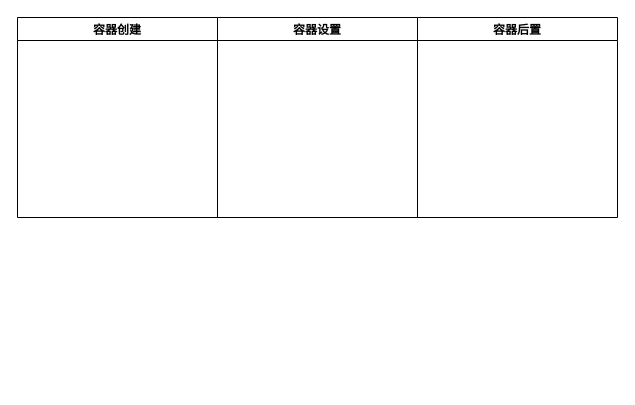
Earlier version of the draw.io diagram images/a-diagrams/SpringBoot.drawio (wt1814/wt1814.github.io). Source tidied: cells renumbered, new cells numbered last; positions are measured from the earlier drawing's top-left corner, leaving out a move shared by most shapes. Both pictures are drawn from the tidied source at 100%, with x=0, y=0 at pixel (17, 17).
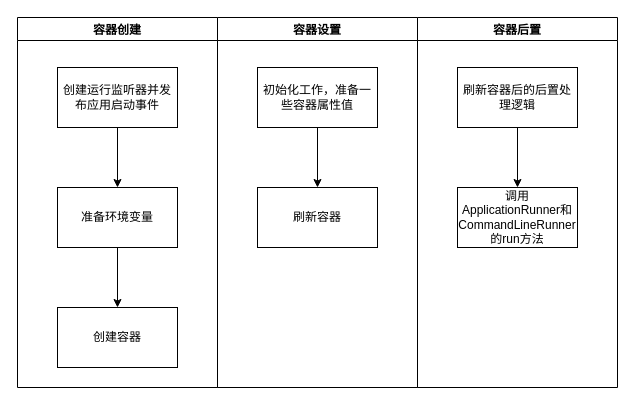
After the change.

Change to the diagram source:
```diff
@@
 <mxGraphModel>
   <root>
     <mxCell id="0" />
     <mxCell id="1" parent="0" />
     <mxCell id="2" value="容器创建" style="swimlane;" parent="1" vertex="1">
-      <mxGeometry width="200" height="200" as="geometry" />
+      <mxGeometry width="200" height="370" as="geometry" />
     </mxCell>
+    <mxCell id="5" value="创建运行监听器并发布应用启动事件" style="rounded=0;whiteSpace=wrap;html=1;" parent="2" vertex="1">
+      <mxGeometry x="40" y="50" width="120" height="60" as="geometry" />
+    </mxCell>
+    <mxCell id="6" value="创建容器" style="whiteSpace=wrap;html=1;rounded=0;" parent="2" vertex="1">
+      <mxGeometry x="40" y="290" width="120" height="60" as="geometry" />
+    </mxCell>
+    <mxCell id="7" value="准备环境变量" style="whiteSpace=wrap;html=1;rounded=0;" parent="2" vertex="1">
+      <mxGeometry x="40" y="170" width="120" height="60" as="geometry" />
+    </mxCell>
+    <mxCell id="8" style="edgeStyle=orthogonalEdgeStyle;rounded=0;jettySize=auto;html=1;" parent="2" edge="1" source="5" target="7">
+      <mxGeometry relative="1" as="geometry" />
+    </mxCell>
+    <mxCell id="9" style="edgeStyle=orthogonalEdgeStyle;rounded=0;jettySize=auto;html=1;" parent="2" edge="1" source="7" target="6">
+      <mxGeometry relative="1" as="geometry" />
+    </mxCell>
     <mxCell id="3" value="容器设置" style="swimlane;startSize=23;" parent="1" vertex="1">
-      <mxGeometry x="200" width="200" height="200" as="geometry" />
+      <mxGeometry x="200" width="200" height="370" as="geometry" />
     </mxCell>
+    <mxCell id="10" style="edgeStyle=orthogonalEdgeStyle;rounded=0;jettySize=auto;html=1;" parent="3" edge="1" source="11" target="12">
+      <mxGeometry relative="1" as="geometry" />
+    </mxCell>
+    <mxCell id="11" value="初始化工作，准备一些容器属性值" style="rounded=0;whiteSpace=wrap;html=1;" parent="3" vertex="1">
+      <mxGeometry x="40" y="50" width="120" height="60" as="geometry" />
+    </mxCell>
+    <mxCell id="12" value="刷新容器" style="whiteSpace=wrap;html=1;rounded=0;" parent="3" vertex="1">
+      <mxGeometry x="40" y="170" width="120" height="60" as="geometry" />
+    </mxCell>
     <mxCell id="4" value="容器后置" style="swimlane;startSize=23;" parent="1" vertex="1">
-      <mxGeometry x="400" width="200" height="200" as="geometry" />
+      <mxGeometry x="400" width="200" height="370" as="geometry" />
     </mxCell>
+    <mxCell id="13" style="edgeStyle=orthogonalEdgeStyle;rounded=0;jettySize=auto;html=1;" parent="4" edge="1" source="14" target="15">
+      <mxGeometry relative="1" as="geometry" />
+    </mxCell>
+    <mxCell id="14" value="刷新容器后的后置处理逻辑" style="whiteSpace=wrap;html=1;" parent="4" vertex="1">
+      <mxGeometry x="40" y="50" width="120" height="60" as="geometry" />
+    </mxCell>
+    <mxCell id="15" value="调用ApplicationRunner和CommandLineRunner的run方法" style="whiteSpace=wrap;html=1;" parent="4" vertex="1">
+      <mxGeometry x="40" y="170" width="120" height="60" as="geometry" />
+    </mxCell>
   </root>
 </mxGraphModel>
```
